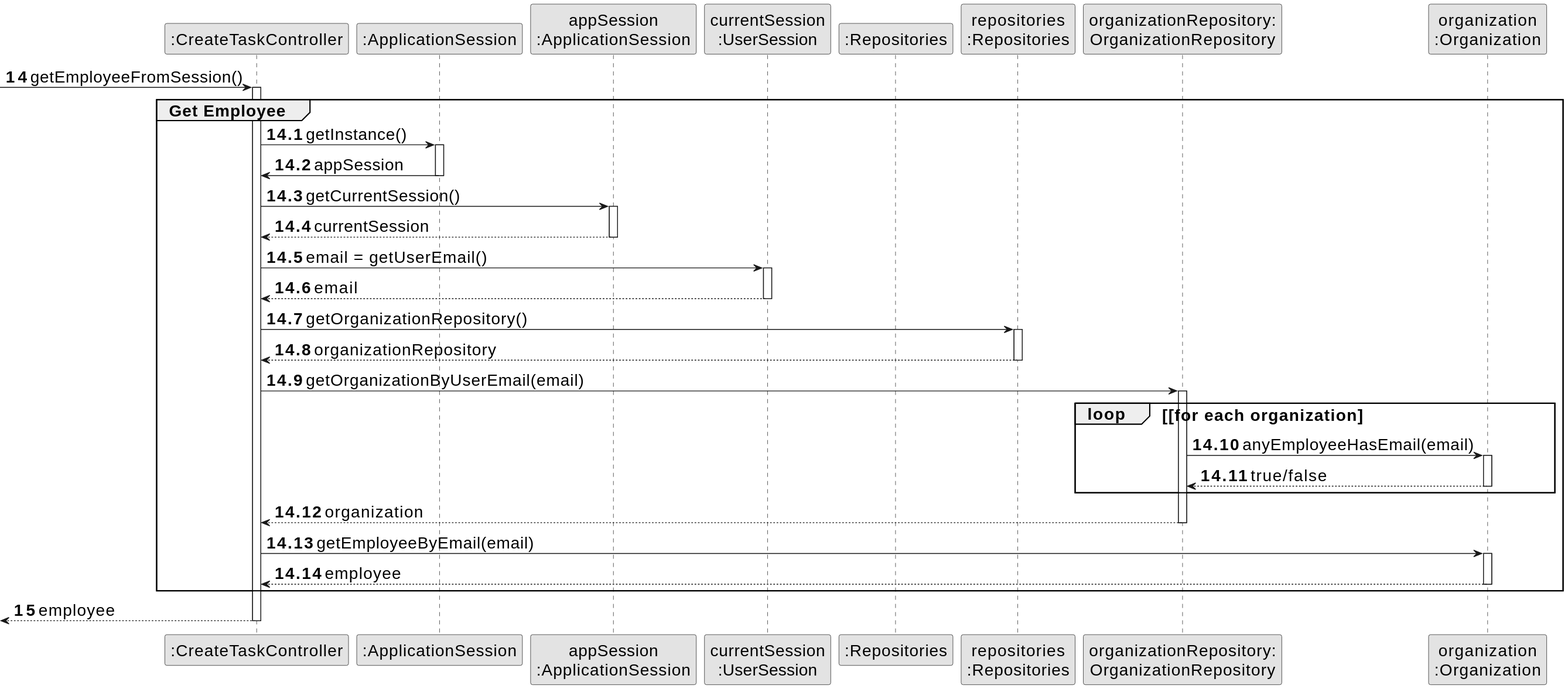
daniel41silva05/ISEP_2023_2024_LAPR2 keeps this PlantUML diagram as docs/sprintA&B&C/us026/03.design/svg/us026-sequence-diagram-partial-get-entry-object.svg. Above is the earlier version.
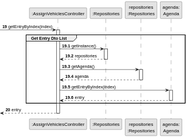
Above is the later version.

The edit, as a diff of the source:
```diff
@@ -1,71 +1,43 @@
 @startuml
-skinparamlocked defaultFontSize 20
 skinparam monochrome true
 skinparam packageStyle rectangle
 skinparam shadowing false
 
+autonumber
 
 
-participant ":CreateTaskController" as CTRL
-participant ":ApplicationSession" as _APP
-participant "appSession\n:ApplicationSession" as APP
-participant "currentSession\n:UserSession" as SESSAO
-participant ":Repositories" as RepositorySingleton
-participant "repositories\n:Repositories" as PLAT
-participant "organizationRepository:\nOrganizationRepository" as OrganizationRepository
-participant "organization\n:Organization" as ORG
+participant ":AssignVehiclesController" as CTRL
+participant ":Repositories" as REP
+participant "repositories\n:Repositories" as REPS
+participant "agenda:\nAgenda" as agenda
 
-autonumber 14
--> CTRL : getEmployeeFromSession()
-autonumber 14.1
+autonumber 19
+
+ -> CTRL : getEntryByIndex(index)
+autonumber 19.1
 activate CTRL
+    group Get Entry Dto List
 
-    group Get Employee
-        CTRL -> _APP: getInstance()
-        activate _APP
-            _APP -> CTRL: appSession
-        deactivate _APP
+            CTRL -> REP: getInstance()
+            activate REP
 
-        CTRL -> APP: getCurrentSession()
-        activate APP
+            REP --> CTRL: repositories
+            deactivate REP
 
-            APP --> CTRL: currentSession
-        deactivate APP
+            CTRL -> REPS: getAgenda()
+            activate REPS
 
-        CTRL -> SESSAO: email = getUserEmail()
-        activate SESSAO
+            REPS --> CTRL: agenda
+            deactivate REPS
 
-            SESSAO --> CTRL: email
-        deactivate SESSAO
+            CTRL -> agenda: getEntryByIndex(index)
+            activate agenda
 
-        CTRL -> PLAT: getOrganizationRepository()
-        activate PLAT
+            agenda --> CTRL: entry
+            deactivate agenda
 
-            PLAT --> CTRL: organizationRepository
-        deactivate PLAT
-
-        CTRL -> OrganizationRepository: getOrganizationByUserEmail(email)
-        activate OrganizationRepository
-
-            loop [for each organization
-                OrganizationRepository -> ORG : anyEmployeeHasEmail(email)
-                activate ORG
-
-                     ORG --> OrganizationRepository : true/false
-                deactivate ORG
-            end
-
-            OrganizationRepository --> CTRL : organization
-
-        deactivate OrganizationRepository
-
-        CTRL -> ORG: getEmployeeByEmail(email)
-        activate ORG
-
-            ORG --> CTRL : employee
-        deactivate ORG
     end
-    autonumber 15
-    <-- CTRL : employee
+    autonumber 20
+    <-- CTRL  : entry
 deactivate CTRL
 @enduml
```
